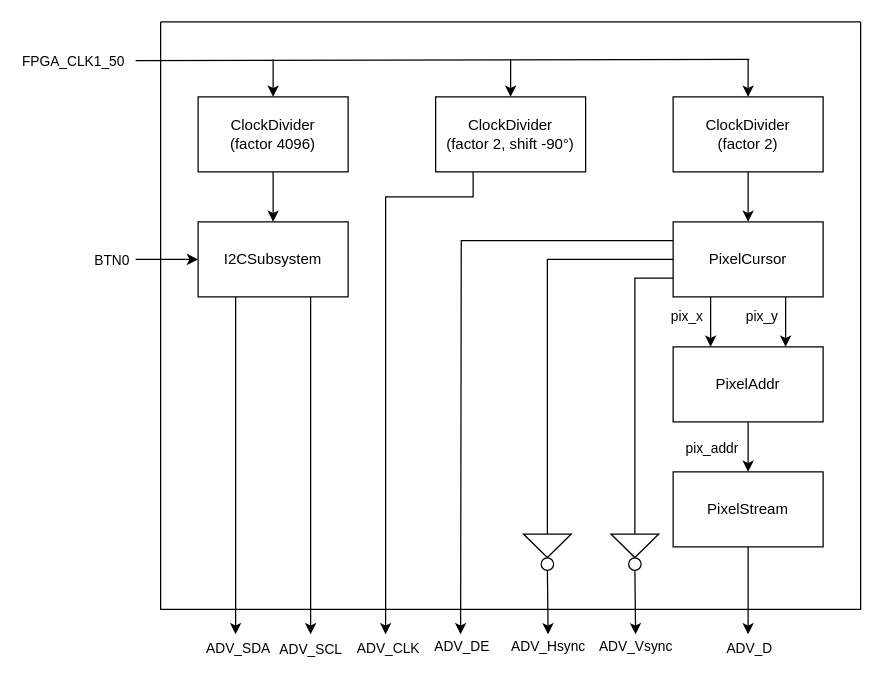
The draw.io diagram Report/Images/InProcess/ModulesOverview.drawio in MrTreev/LabProject, before the edit. Source tidied: cells renumbered, new cells numbered last; positions are measured from the earlier drawing's top-left corner, leaving out a move shared by most shapes. Both pictures are drawn from the tidied source at 125%, with x=0, y=0 at pixel (135, 21).
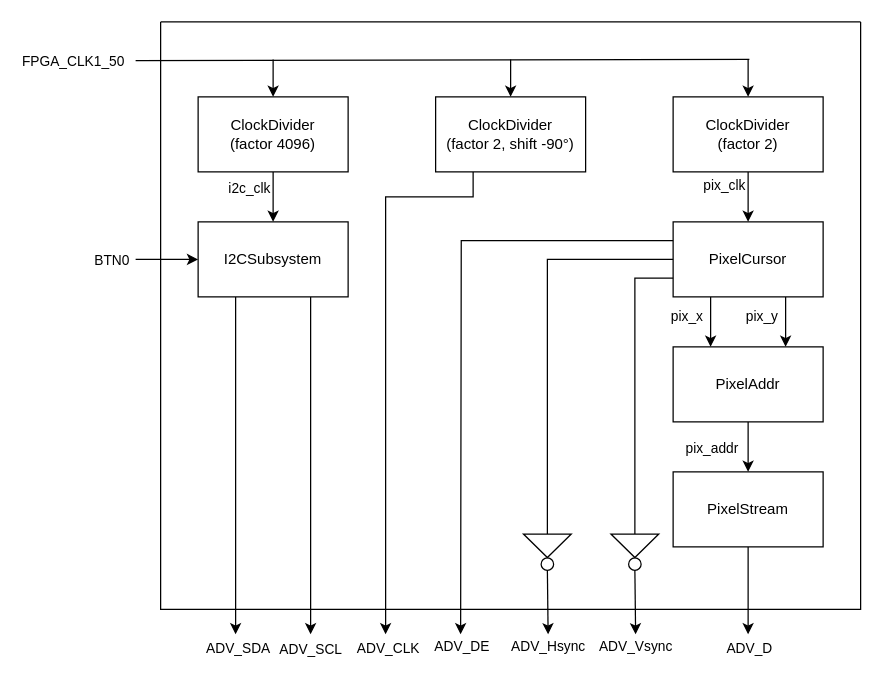
The same diagram, later.

Unchanged cells that the change refers to:
```xml
<mxCell id="10" style="endArrow=classic;html=1;rounded=0;jumpStyle=none;exitX=0.5;exitY=1;exitDx=0;exitDy=0;entryX=0.5;entryY=0;entryDx=0;entryDy=0;" parent="2" edge="1" source="8" target="9">
  <mxGeometry relative="1" as="geometry" />
</mxCell>
<mxCell id="14" style="endArrow=classic;html=1;rounded=0;jumpStyle=none;exitX=0.5;exitY=1;exitDx=0;exitDy=0;entryX=0.5;entryY=0;entryDx=0;entryDy=0;" parent="2" edge="1" source="4" target="5">
  <mxGeometry relative="1" as="geometry" />
</mxCell>
```

Change to the diagram source:
```diff
@@
+    <mxCell id="45" value="i2c_clk" style="edgeLabel;html=1;align=center;verticalAlign=middle;" parent="10" vertex="1">
+      <mxGeometry x="-0.4" relative="1" as="geometry">
+        <mxPoint x="-20" as="offset" />
+      </mxGeometry>
+    </mxCell>
@@
+    <mxCell id="46" value="pix_clk" style="edgeLabel;html=1;align=center;verticalAlign=middle;" parent="14" vertex="1">
+      <mxGeometry x="-0.69" relative="1" as="geometry">
+        <mxPoint x="-20" y="4" as="offset" />
+      </mxGeometry>
+    </mxCell>
```
